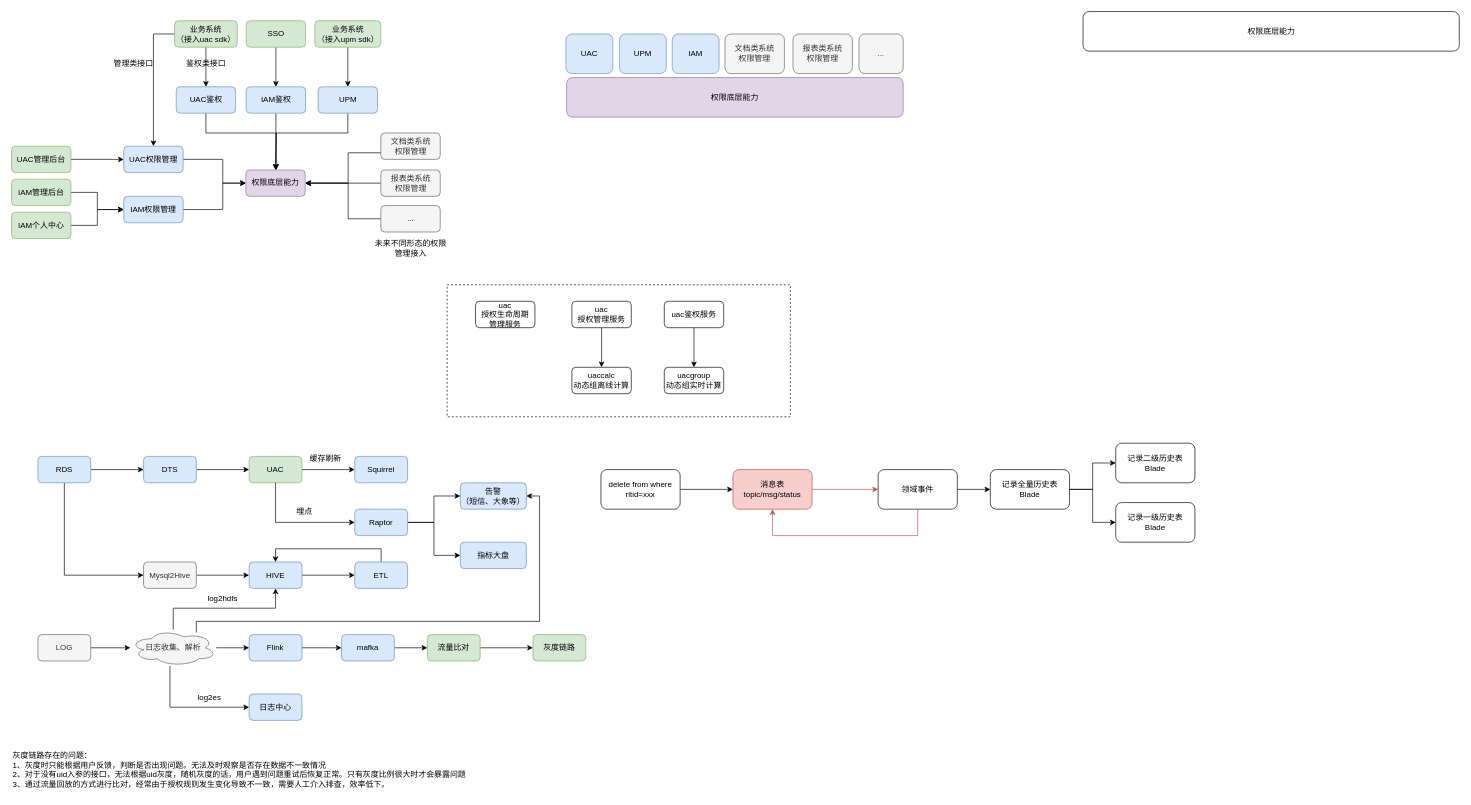
Before: 架构.drawio in yamilinqh/spicedb, a draw.io diagram. Source tidied: cells renumbered, new cells numbered last; positions are measured from the earlier drawing's top-left corner, leaving out a move shared by most shapes. Both pictures are drawn from the tidied source at 66%, with x=0, y=0 at pixel (11, 11).
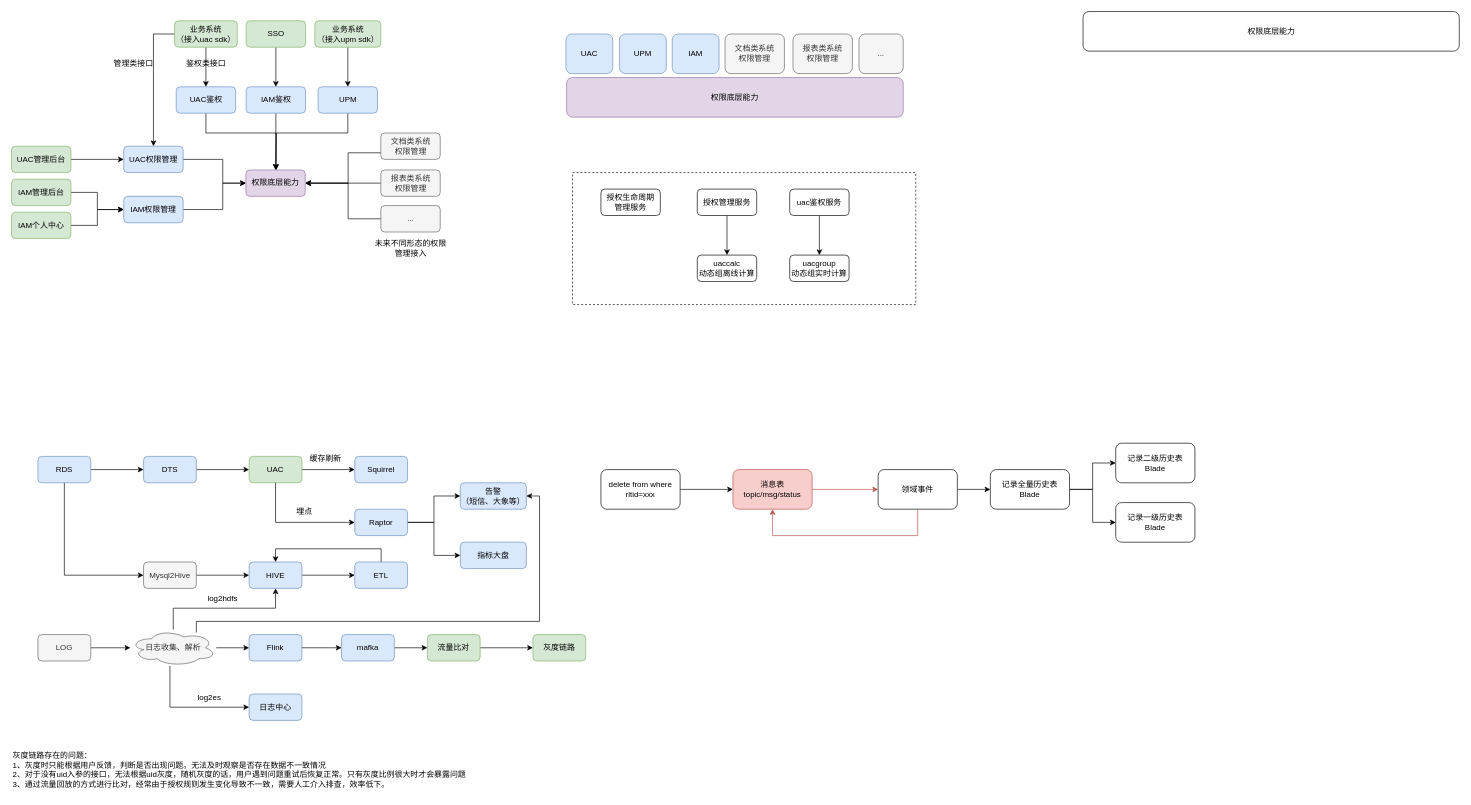
After the change.

Change to the diagram source:
```diff
@@
     <mxCell id="2" style="rounded=0;whiteSpace=wrap;html=1;dashed=1;" parent="1" vertex="1">
-      <mxGeometry x="660" y="414" width="520" height="200" as="geometry" />
+      <mxGeometry x="850" y="244" width="520" height="200" as="geometry" />
     </mxCell>
@@
     <mxCell id="56" value="uaccalc&lt;br&gt;动态组离线计算" style="rounded=1;whiteSpace=wrap;html=1;" parent="1" vertex="1">
-      <mxGeometry x="849" y="539" width="90" height="40" as="geometry" />
+      <mxGeometry x="1039" y="369" width="90" height="40" as="geometry" />
     </mxCell>
     <mxCell id="57" value="uacgroup&lt;br&gt;动态组实时计算" style="rounded=1;whiteSpace=wrap;html=1;" parent="1" vertex="1">
-      <mxGeometry x="989" y="539" width="90" height="40" as="geometry" />
+      <mxGeometry x="1179" y="369" width="90" height="40" as="geometry" />
     </mxCell>
@@
-    <mxCell id="59" value="uac&lt;br&gt;授权管理服务" style="rounded=1;whiteSpace=wrap;html=1;" parent="1" vertex="1">
-      <mxGeometry x="849" y="439" width="90" height="40" as="geometry" />
+    <mxCell id="59" value="授权管理服务" style="rounded=1;whiteSpace=wrap;html=1;" parent="1" vertex="1">
+      <mxGeometry x="1039" y="269" width="90" height="40" as="geometry" />
     </mxCell>
@@
     <mxCell id="61" value="uac鉴权服务" style="rounded=1;whiteSpace=wrap;html=1;" parent="1" vertex="1">
-      <mxGeometry x="989" y="439" width="90" height="40" as="geometry" />
+      <mxGeometry x="1179" y="269" width="90" height="40" as="geometry" />
     </mxCell>
-    <mxCell id="62" value="uac&lt;br&gt;授权生命周期&lt;br&gt;管理服务" style="rounded=1;whiteSpace=wrap;html=1;" parent="1" vertex="1">
-      <mxGeometry x="703" y="439" width="90" height="40" as="geometry" />
+    <mxCell id="62" value="授权生命周期&lt;br&gt;管理服务" style="rounded=1;whiteSpace=wrap;html=1;" parent="1" vertex="1">
+      <mxGeometry x="893" y="269" width="90" height="40" as="geometry" />
     </mxCell>
```
